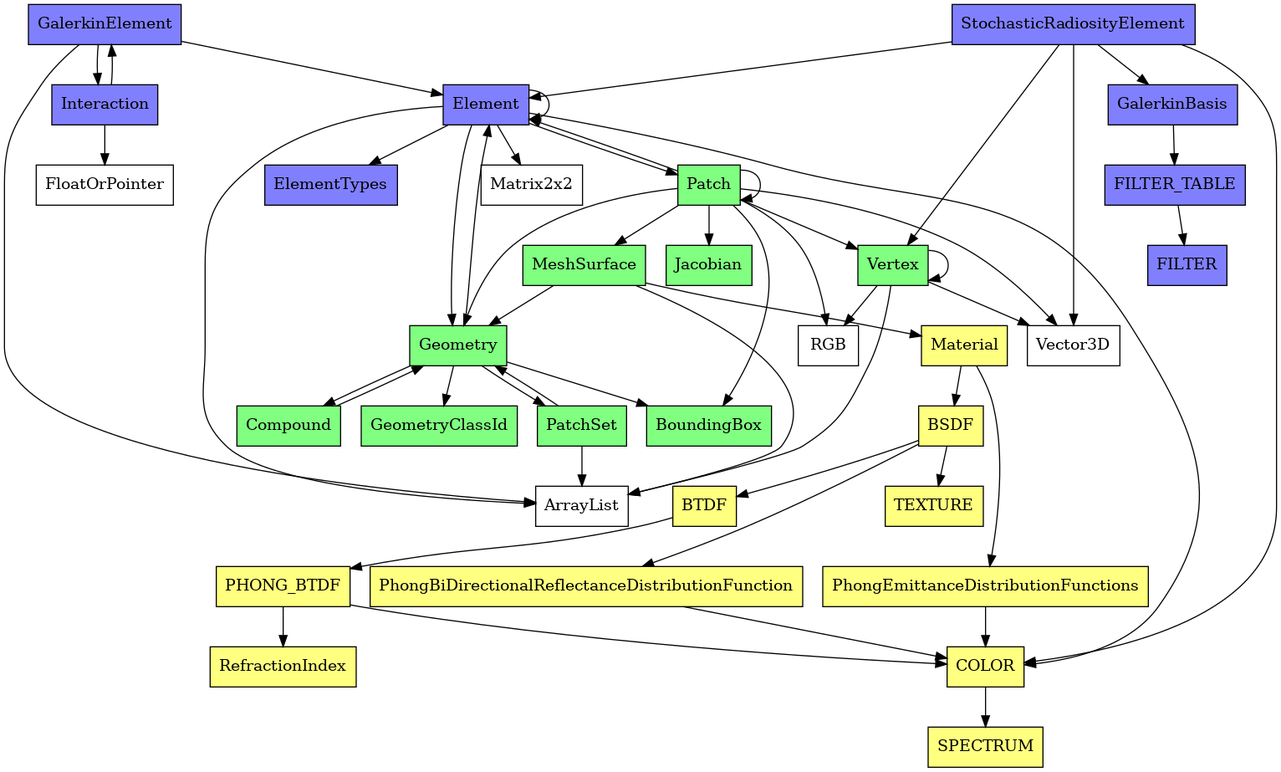
Earlier version of the Graphviz export doc/coreModelClasses.png (OscarChavarro/rpkCpp). Its source is kept beside it as doc/coreModelClasses.dot.
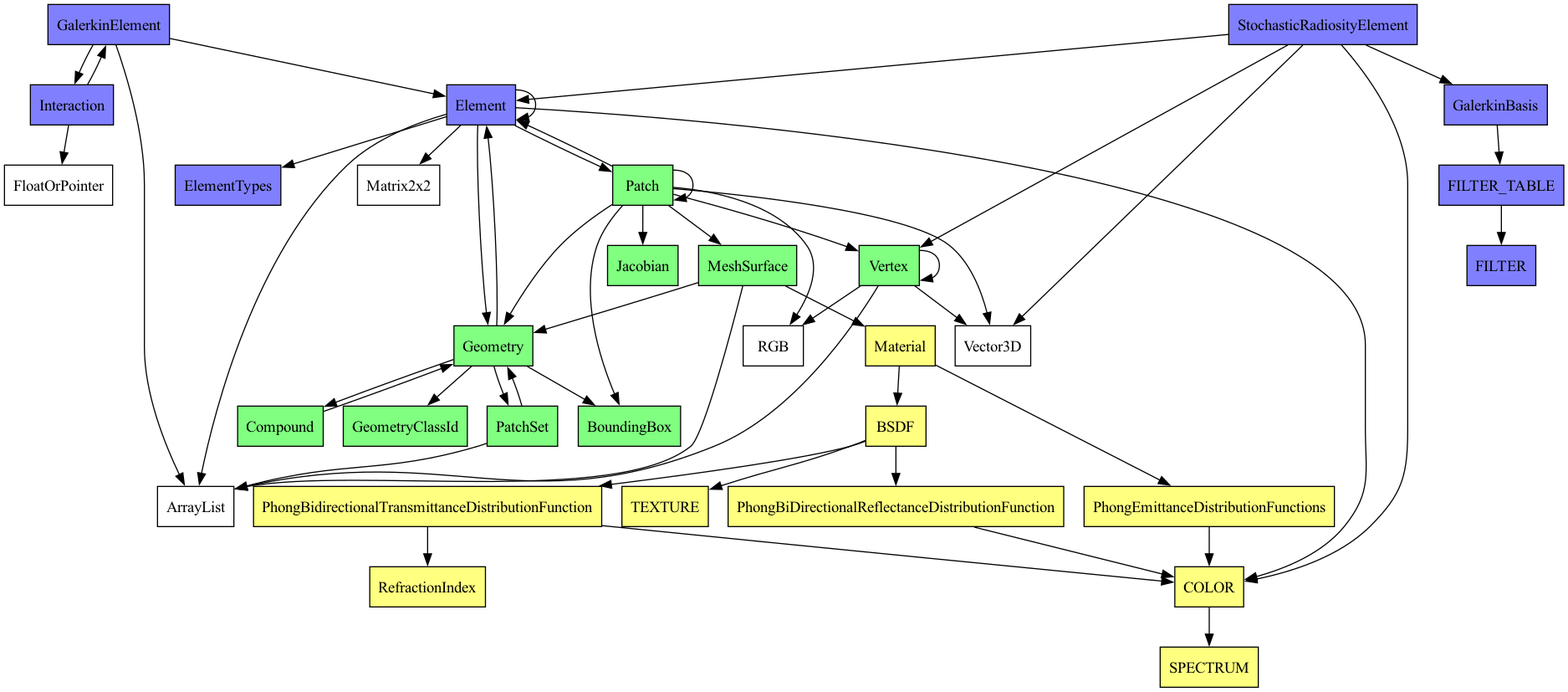
After the change.

Commit message:
Fundamental: PhongBidirectionalTransmittanceDistributionFunction model made flat (no BTDF class hierarchy)

Change to the diagram source:
```diff
@@ -27,9 +27,8 @@
     Material [shape=box, style=filled, fillcolor="#ffff80"];
     BSDF [shape=box, style=filled, fillcolor="#ffff80"];
     PhongEmittanceDistributionFunctions [shape=box, style=filled, fillcolor="#ffff80"];
-    BTDF [shape=box, style=filled, fillcolor="#ffff80"];
     TEXTURE [shape=box, style=filled, fillcolor="#ffff80"];
-    PHONG_BTDF [shape=box, style=filled, fillcolor="#ffff80"];
+    PhongBidirectionalTransmittanceDistributionFunction [shape=box, style=filled, fillcolor="#ffff80"];
     RefractionIndex [shape=box, style=filled, fillcolor="#ffff80"];
     PhongBiDirectionalReflectanceDistributionFunction [shape=box, style=filled, fillcolor="#ffff80"];
     COLOR [shape=box, style=filled, fillcolor="#ffff80"];
@@ -70,11 +69,10 @@
     Patch -> MeshSurface;
     PhongEmittanceDistributionFunctions -> COLOR;
     PhongBiDirectionalReflectanceDistributionFunction -> COLOR;
-    PHONG_BTDF -> COLOR;
-    PHONG_BTDF -> RefractionIndex;
-    BTDF -> PHONG_BTDF;
+    PhongBidirectionalTransmittanceDistributionFunction -> COLOR;
+    PhongBidirectionalTransmittanceDistributionFunction -> RefractionIndex;
     BSDF -> PhongBiDirectionalReflectanceDistributionFunction;
-    BSDF -> BTDF;
+    BSDF -> PhongBidirectionalTransmittanceDistributionFunction;
     BSDF -> TEXTURE;
     Material -> PhongEmittanceDistributionFunctions;
     Material -> BSDF;
```
